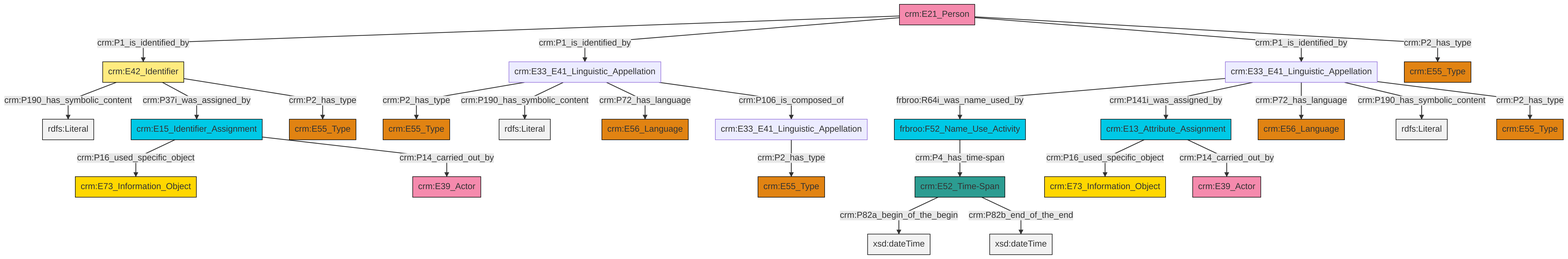
Above: et/personCSV/ttl/mmd/png/Person_Names_and_Classification.png in swiss-art-research-net/docs.swissartresearch (Mermaid), before the change. Its source is kept beside it as et/personCSV/ttl/mmd/Person_Names_and_Classification.ttl.mmd.
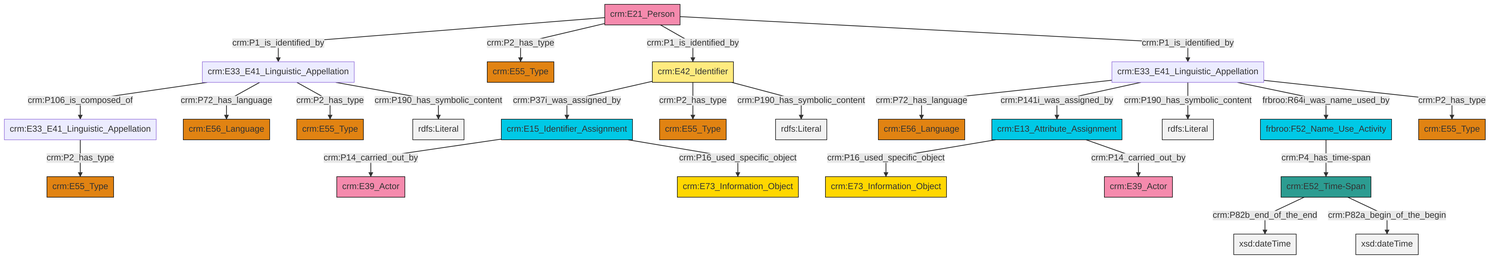
After the commit.

The edit, as a diff of the source:
```diff
@@ -13,27 +13,27 @@
 classDef PC_Classes fill:#4ce600, stroke:#000000;
 classDef Multi fill:#cccccc,stroke:#000000;
 
-0["crm:E13_Attribute_Assignment"]:::Temporal_Entity -->|crm:P16_used_specific_object| 1["crm:E73_Information_Object"]:::Conceptual_Object
-2["crm:E33_E41_Linguistic_Appellation"]:::Default -->|frbroo:R64i_was_name_used_by| 3["frbroo:F52_Name_Use_Activity"]:::Temporal_Entity
-4["crm:E15_Identifier_Assignment"]:::Temporal_Entity -->|crm:P16_used_specific_object| 5["crm:E73_Information_Object"]:::Conceptual_Object
-0["crm:E13_Attribute_Assignment"]:::Temporal_Entity -->|crm:P14_carried_out_by| 8["crm:E39_Actor"]:::Actor
-11["crm:E52_Time-Span"]:::Time-Span -->|crm:P82a_begin_of_the_begin| 12[xsd:dateTime]:::Literal
-4["crm:E15_Identifier_Assignment"]:::Temporal_Entity -->|crm:P14_carried_out_by| 15["crm:E39_Actor"]:::Actor
-24["crm:E42_Identifier"]:::Appellation -->|crm:P190_has_symbolic_content| 25[rdfs:Literal]:::Literal
-2["crm:E33_E41_Linguistic_Appellation"]:::Default -->|crm:P141i_was_assigned_by| 0["crm:E13_Attribute_Assignment"]:::Temporal_Entity
-28["crm:E33_E41_Linguistic_Appellation"]:::Default -->|crm:P2_has_type| 29["crm:E55_Type"]:::Type
-26["crm:E33_E41_Linguistic_Appellation"]:::Default -->|crm:P2_has_type| 19["crm:E55_Type"]:::Type
-30["crm:E21_Person"]:::Actor -->|crm:P1_is_identified_by| 24["crm:E42_Identifier"]:::Appellation
-30["crm:E21_Person"]:::Actor -->|crm:P1_is_identified_by| 26["crm:E33_E41_Linguistic_Appellation"]:::Default
-26["crm:E33_E41_Linguistic_Appellation"]:::Default -->|crm:P190_has_symbolic_content| 32[rdfs:Literal]:::Literal
-26["crm:E33_E41_Linguistic_Appellation"]:::Default -->|crm:P72_has_language| 13["crm:E56_Language"]:::Type
-24["crm:E42_Identifier"]:::Appellation -->|crm:P37i_was_assigned_by| 4["crm:E15_Identifier_Assignment"]:::Temporal_Entity
-2["crm:E33_E41_Linguistic_Appellation"]:::Default -->|crm:P72_has_language| 9["crm:E56_Language"]:::Type
-3["frbroo:F52_Name_Use_Activity"]:::Temporal_Entity -->|crm:P4_has_time-span| 11["crm:E52_Time-Span"]:::Time-Span
-30["crm:E21_Person"]:::Actor -->|crm:P1_is_identified_by| 2["crm:E33_E41_Linguistic_Appellation"]:::Default
-2["crm:E33_E41_Linguistic_Appellation"]:::Default -->|crm:P190_has_symbolic_content| 38[rdfs:Literal]:::Literal
-26["crm:E33_E41_Linguistic_Appellation"]:::Default -->|crm:P106_is_composed_of| 28["crm:E33_E41_Linguistic_Appellation"]:::Default
-2["crm:E33_E41_Linguistic_Appellation"]:::Default -->|crm:P2_has_type| 6["crm:E55_Type"]:::Type
-11["crm:E52_Time-Span"]:::Time-Span -->|crm:P82b_end_of_the_end| 41[xsd:dateTime]:::Literal
-24["crm:E42_Identifier"]:::Appellation -->|crm:P2_has_type| 33["crm:E55_Type"]:::Type
-30["crm:E21_Person"]:::Actor -->|crm:P2_has_type| 21["crm:E55_Type"]:::Type
+0["crm:E21_Person"]:::Actor -->|crm:P1_is_identified_by| 1["crm:E33_E41_Linguistic_Appellation"]:::Default
+4["crm:E15_Identifier_Assignment"]:::Temporal_Entity -->|crm:P14_carried_out_by| 2["crm:E39_Actor"]:::Actor
+5["crm:E33_E41_Linguistic_Appellation"]:::Default -->|crm:P72_has_language| 6["crm:E56_Language"]:::Type
+0["crm:E21_Person"]:::Actor -->|crm:P2_has_type| 9["crm:E55_Type"]:::Type
+1["crm:E33_E41_Linguistic_Appellation"]:::Default -->|crm:P106_is_composed_of| 10["crm:E33_E41_Linguistic_Appellation"]:::Default
+10["crm:E33_E41_Linguistic_Appellation"]:::Default -->|crm:P2_has_type| 11["crm:E55_Type"]:::Type
+5["crm:E33_E41_Linguistic_Appellation"]:::Default -->|crm:P141i_was_assigned_by| 7["crm:E13_Attribute_Assignment"]:::Temporal_Entity
+0["crm:E21_Person"]:::Actor -->|crm:P1_is_identified_by| 12["crm:E42_Identifier"]:::Appellation
+12["crm:E42_Identifier"]:::Appellation -->|crm:P37i_was_assigned_by| 4["crm:E15_Identifier_Assignment"]:::Temporal_Entity
+12["crm:E42_Identifier"]:::Appellation -->|crm:P2_has_type| 16["crm:E55_Type"]:::Type
+14["frbroo:F52_Name_Use_Activity"]:::Temporal_Entity -->|crm:P4_has_time-span| 17["crm:E52_Time-Span"]:::Time-Span
+5["crm:E33_E41_Linguistic_Appellation"]:::Default -->|crm:P190_has_symbolic_content| 20[rdfs:Literal]:::Literal
+5["crm:E33_E41_Linguistic_Appellation"]:::Default -->|frbroo:R64i_was_name_used_by| 14["frbroo:F52_Name_Use_Activity"]:::Temporal_Entity
+12["crm:E42_Identifier"]:::Appellation -->|crm:P190_has_symbolic_content| 24[rdfs:Literal]:::Literal
+5["crm:E33_E41_Linguistic_Appellation"]:::Default -->|crm:P2_has_type| 26["crm:E55_Type"]:::Type
+7["crm:E13_Attribute_Assignment"]:::Temporal_Entity -->|crm:P16_used_specific_object| 27["crm:E73_Information_Object"]:::Conceptual_Object
+1["crm:E33_E41_Linguistic_Appellation"]:::Default -->|crm:P72_has_language| 31["crm:E56_Language"]:::Type
+17["crm:E52_Time-Span"]:::Time-Span -->|crm:P82b_end_of_the_end| 34[xsd:dateTime]:::Literal
+0["crm:E21_Person"]:::Actor -->|crm:P1_is_identified_by| 5["crm:E33_E41_Linguistic_Appellation"]:::Default
+7["crm:E13_Attribute_Assignment"]:::Temporal_Entity -->|crm:P14_carried_out_by| 32["crm:E39_Actor"]:::Actor
+1["crm:E33_E41_Linguistic_Appellation"]:::Default -->|crm:P2_has_type| 22["crm:E55_Type"]:::Type
+4["crm:E15_Identifier_Assignment"]:::Temporal_Entity -->|crm:P16_used_specific_object| 37["crm:E73_Information_Object"]:::Conceptual_Object
+1["crm:E33_E41_Linguistic_Appellation"]:::Default -->|crm:P190_has_symbolic_content| 43[rdfs:Literal]:::Literal
+17["crm:E52_Time-Span"]:::Time-Span -->|crm:P82a_begin_of_the_begin| 46[xsd:dateTime]:::Literal
```
